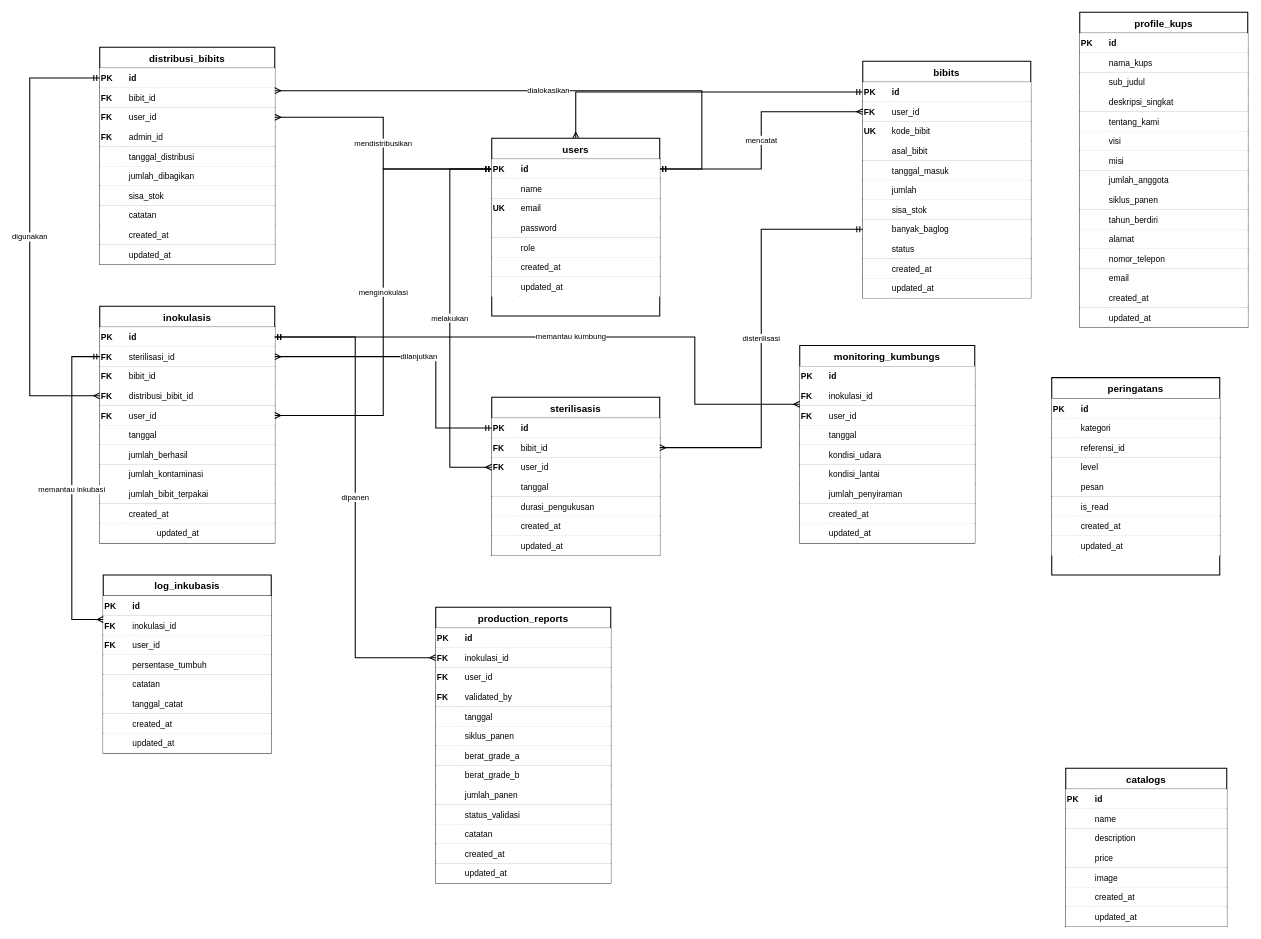
This is erd_jamur_tiram_final_rapi.drawio from DaraAnggunJelita/jamur_tiram, a draw.io file, before an edit. Source tidied: cells renumbered, new cells numbered last; positions are measured from the earlier drawing's top-left corner, leaving out a move shared by most shapes. Both pictures are drawn from the tidied source at 70%, with x=0, y=0 at pixel (29, 12).
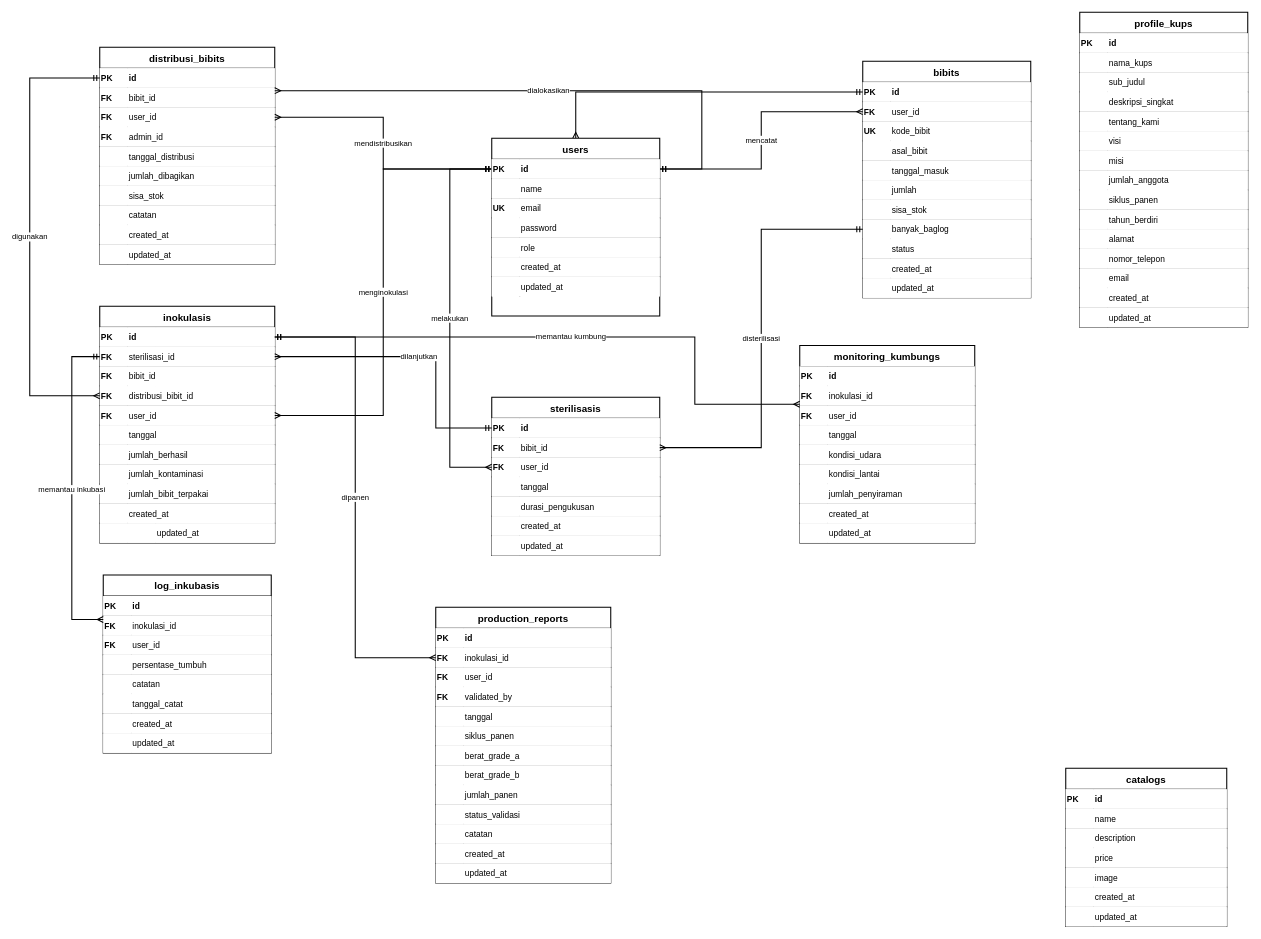
The same diagram, later.

Change to the diagram source:
```diff
@@
-    <mxCell id="192" value="peringatans" style="shape=table;startSize=30;childLayout=tableLayout;rowLines=1;fontStyle=1;align=center;fontSize=14;strokeWidth=1.5;fillColor=#ffffff;strokeColor=#000000;" parent="1" vertex="1">
-      <mxGeometry x="1460" y="522" width="240" height="282" as="geometry" />
-    </mxCell>
-    <mxCell id="193" style="shape=tableRow;horizontal=0;startSize=0;swimlaneHead=0;swimlaneBody=0;fontSize=12;top=0;left=0;right=0;bottom=1;align=left;strokeWidth=1;" parent="192" vertex="1">
-      <mxGeometry y="30" width="240" height="28" as="geometry" />
-    </mxCell>
-    <mxCell id="194" value="PK" style="shape=partialRectangle;top=0;left=0;bottom=0;right=0;fontStyle=1;overflow=hidden;align=left;strokeWidth=1;fillColor=#ffffff;strokeColor=#000000;" parent="193" vertex="1">
-      <mxGeometry width="40" height="28" as="geometry" />
-    </mxCell>
-    <mxCell id="195" value="id" style="shape=partialRectangle;top=0;left=0;bottom=0;right=0;overflow=hidden;align=left;fontStyle=1;fillColor=#ffffff;strokeColor=#000000;" parent="193" vertex="1">
-      <mxGeometry x="40" width="200" height="28" as="geometry" />
-    </mxCell>
-    <mxCell id="196" style="shape=tableRow;horizontal=0;startSize=0;swimlaneHead=0;swimlaneBody=0;fontSize=12;top=0;left=0;right=0;bottom=1;align=left;strokeWidth=1;" parent="192" vertex="1">
-      <mxGeometry y="58" width="240" height="28" as="geometry" />
-    </mxCell>
-    <mxCell id="197" style="shape=partialRectangle;top=0;left=0;bottom=0;right=0;overflow=hidden;align=left;strokeWidth=1;fillColor=#ffffff;strokeColor=#000000;" parent="196" vertex="1">
-      <mxGeometry width="40" height="28" as="geometry" />
-    </mxCell>
-    <mxCell id="198" value="kategori" style="shape=partialRectangle;top=0;left=0;bottom=0;right=0;overflow=hidden;align=left;strokeWidth=1;fillColor=#ffffff;strokeColor=#000000;" parent="196" vertex="1">
-      <mxGeometry x="40" width="200" height="28" as="geometry" />
-    </mxCell>
-    <mxCell id="199" style="shape=tableRow;horizontal=0;startSize=0;swimlaneHead=0;swimlaneBody=0;fontSize=12;top=0;left=0;right=0;bottom=1;align=left;strokeWidth=1;" parent="192" vertex="1">
-      <mxGeometry y="86" width="240" height="28" as="geometry" />
-    </mxCell>
-    <mxCell id="200" style="shape=partialRectangle;top=0;left=0;bottom=0;right=0;overflow=hidden;align=left;strokeWidth=1;fillColor=#ffffff;strokeColor=#000000;" parent="199" vertex="1">
-      <mxGeometry width="40" height="28" as="geometry" />
-    </mxCell>
-    <mxCell id="201" value="referensi_id" style="shape=partialRectangle;top=0;left=0;bottom=0;right=0;overflow=hidden;align=left;strokeWidth=1;fillColor=#ffffff;strokeColor=#000000;" parent="199" vertex="1">
-      <mxGeometry x="40" width="200" height="28" as="geometry" />
-    </mxCell>
-    <mxCell id="202" style="shape=tableRow;horizontal=0;startSize=0;swimlaneHead=0;swimlaneBody=0;fontSize=12;top=0;left=0;right=0;bottom=1;align=left;strokeWidth=1;" parent="192" vertex="1">
-      <mxGeometry y="114" width="240" height="28" as="geometry" />
-    </mxCell>
-    <mxCell id="203" style="shape=partialRectangle;top=0;left=0;bottom=0;right=0;overflow=hidden;align=left;strokeWidth=1;fillColor=#ffffff;strokeColor=#000000;" parent="202" vertex="1">
-      <mxGeometry width="40" height="28" as="geometry" />
-    </mxCell>
-    <mxCell id="204" value="level" style="shape=partialRectangle;top=0;left=0;bottom=0;right=0;overflow=hidden;align=left;strokeWidth=1;fillColor=#ffffff;strokeColor=#000000;" parent="202" vertex="1">
-      <mxGeometry x="40" width="200" height="28" as="geometry" />
-    </mxCell>
-    <mxCell id="205" style="shape=tableRow;horizontal=0;startSize=0;swimlaneHead=0;swimlaneBody=0;fontSize=12;top=0;left=0;right=0;bottom=1;align=left;strokeWidth=1;" parent="192" vertex="1">
-      <mxGeometry y="142" width="240" height="28" as="geometry" />
-    </mxCell>
-    <mxCell id="206" style="shape=partialRectangle;top=0;left=0;bottom=0;right=0;overflow=hidden;align=left;strokeWidth=1;fillColor=#ffffff;strokeColor=#000000;" parent="205" vertex="1">
-      <mxGeometry width="40" height="28" as="geometry" />
-    </mxCell>
-    <mxCell id="207" value="pesan" style="shape=partialRectangle;top=0;left=0;bottom=0;right=0;overflow=hidden;align=left;strokeWidth=1;fillColor=#ffffff;strokeColor=#000000;" parent="205" vertex="1">
-      <mxGeometry x="40" width="200" height="28" as="geometry" />
-    </mxCell>
-    <mxCell id="208" style="shape=tableRow;horizontal=0;startSize=0;swimlaneHead=0;swimlaneBody=0;fontSize=12;top=0;left=0;right=0;bottom=1;align=left;strokeWidth=1;" parent="192" vertex="1">
-      <mxGeometry y="170" width="240" height="28" as="geometry" />
-    </mxCell>
-    <mxCell id="209" style="shape=partialRectangle;top=0;left=0;bottom=0;right=0;overflow=hidden;align=left;strokeWidth=1;fillColor=#ffffff;strokeColor=#000000;" parent="208" vertex="1">
-      <mxGeometry width="40" height="28" as="geometry" />
-    </mxCell>
-    <mxCell id="210" value="is_read" style="shape=partialRectangle;top=0;left=0;bottom=0;right=0;overflow=hidden;align=left;strokeWidth=1;fillColor=#ffffff;strokeColor=#000000;" parent="208" vertex="1">
-      <mxGeometry x="40" width="200" height="28" as="geometry" />
-    </mxCell>
-    <mxCell id="211" style="shape=tableRow;horizontal=0;startSize=0;swimlaneHead=0;swimlaneBody=0;fontSize=12;top=0;left=0;right=0;bottom=1;align=left;strokeWidth=1;" parent="192" vertex="1">
-      <mxGeometry y="198" width="240" height="28" as="geometry" />
-    </mxCell>
-    <mxCell id="212" style="shape=partialRectangle;top=0;left=0;bottom=0;right=0;overflow=hidden;align=left;strokeWidth=1;fillColor=#ffffff;strokeColor=#000000;" parent="211" vertex="1">
-      <mxGeometry width="40" height="28" as="geometry" />
-    </mxCell>
-    <mxCell id="213" value="created_at" style="shape=partialRectangle;top=0;left=0;bottom=0;right=0;overflow=hidden;align=left;strokeWidth=1;fillColor=#ffffff;strokeColor=#000000;" parent="211" vertex="1">
-      <mxGeometry x="40" width="200" height="28" as="geometry" />
-    </mxCell>
-    <mxCell id="214" style="shape=tableRow;horizontal=0;startSize=0;swimlaneHead=0;swimlaneBody=0;fontSize=12;top=0;left=0;right=0;bottom=0;align=left;strokeWidth=1;" parent="192" vertex="1">
-      <mxGeometry y="226" width="240" height="28" as="geometry" />
-    </mxCell>
-    <mxCell id="215" style="shape=partialRectangle;top=0;left=0;bottom=0;right=0;overflow=hidden;align=left;strokeWidth=1;fillColor=#ffffff;strokeColor=#000000;" parent="214" vertex="1">
-      <mxGeometry width="40" height="28" as="geometry" />
-    </mxCell>
-    <mxCell id="216" value="updated_at" style="shape=partialRectangle;top=0;left=0;bottom=0;right=0;overflow=hidden;align=left;strokeWidth=1;fillColor=#ffffff;strokeColor=#000000;" parent="214" vertex="1">
-      <mxGeometry x="40" width="200" height="28" as="geometry" />
-    </mxCell>
```
